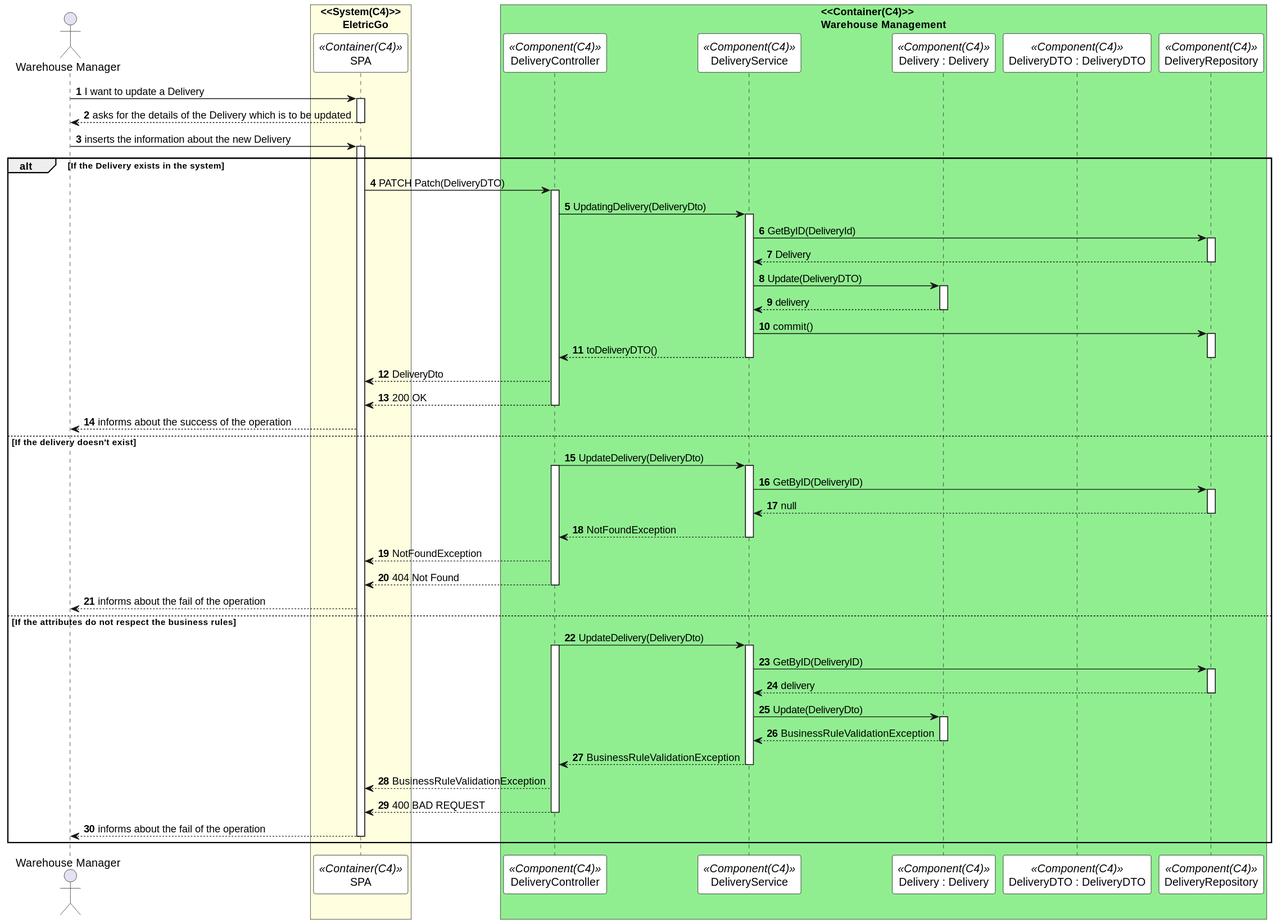
Earlier version of the PlantUML export Documents/Deployment Diagrams/Level 3 - Component/Process View/Delivery/updateDeliverySD.svg (0franciscor/dei_3dj_057). Its diagram source:
```plantuml
@startuml updateDeliverySD
autonumber

skinparam sequence {
ParticipantBorderColor black
ParticipantBackgroundColor white
}

actor "Warehouse Manager" as admin


box "<<System(C4)>>\n       EletricGo" #LightYellow
participant SPA as ui <<Container(C4)>>
box "<<Container(C4)>>\nWarehouse Management" #LightGreen
participant DeliveryController as  CTL <<Component(C4)>>
participant DeliveryService as  SV <<Component(C4)>>
participant "Delivery : Delivery" as  delivery <<Component(C4)>>
participant "DeliveryDTO : DeliveryDTO" as  DTO <<Component(C4)>>
participant DeliveryRepository as  DR <<Component(C4)>>
end box
end box

admin -> ui: I want to update a Delivery
activate ui

ui --> admin: asks for the details of the Delivery which is to be updated
deactivate ui

admin -> ui: inserts the information about the new Delivery

activate ui

alt If the Delivery exists in the system
ui -> CTL: PATCH Patch(DeliveryDTO)
activate CTL
CTL -> SV : UpdatingDelivery(DeliveryDto)
activate SV

SV -> DR: GetByID(DeliveryId)
activate DR
DR --> SV: Delivery
deactivate DR

SV -> delivery : Update(DeliveryDTO)
activate delivery
delivery --> SV : delivery
deactivate delivery

SV -> DR : commit()
activate DR

SV --> CTL : toDeliveryDTO()
deactivate DR
deactivate SV
CTL --> ui : DeliveryDto

CTL --> ui: 200 OK
deactivate CTL

ui --> admin: informs about the success of the operation


else If the delivery doesn't exist


CTL -> SV : UpdateDelivery(DeliveryDto)
activate CTL
activate SV

SV -> DR : GetByID(DeliveryID)
activate DR
DR --> SV : null
deactivate DR


SV --> CTL : NotFoundException
deactivate SV
CTL --> ui : NotFoundException


CTL --> ui: 404 Not Found
deactivate CTL


ui --> admin: informs about the fail of the operation


else If the attributes do not respect the business rules


CTL -> SV : UpdateDelivery(DeliveryDto)
activate CTL
activate SV

SV -> DR : GetByID(DeliveryID)
activate DR
DR --> SV : delivery
deactivate DR

SV -> delivery : Update(DeliveryDto)


activate delivery
delivery --> SV : BusinessRuleValidationException
deactivate delivery

SV --> CTL : BusinessRuleValidationException
deactivate SV
CTL --> ui : BusinessRuleValidationException

CTL --> ui: 400 BAD REQUEST
deactivate CTL
ui --> admin: informs about the fail of the operation

deactivate ui
end
deactivate admin

@enduml
```
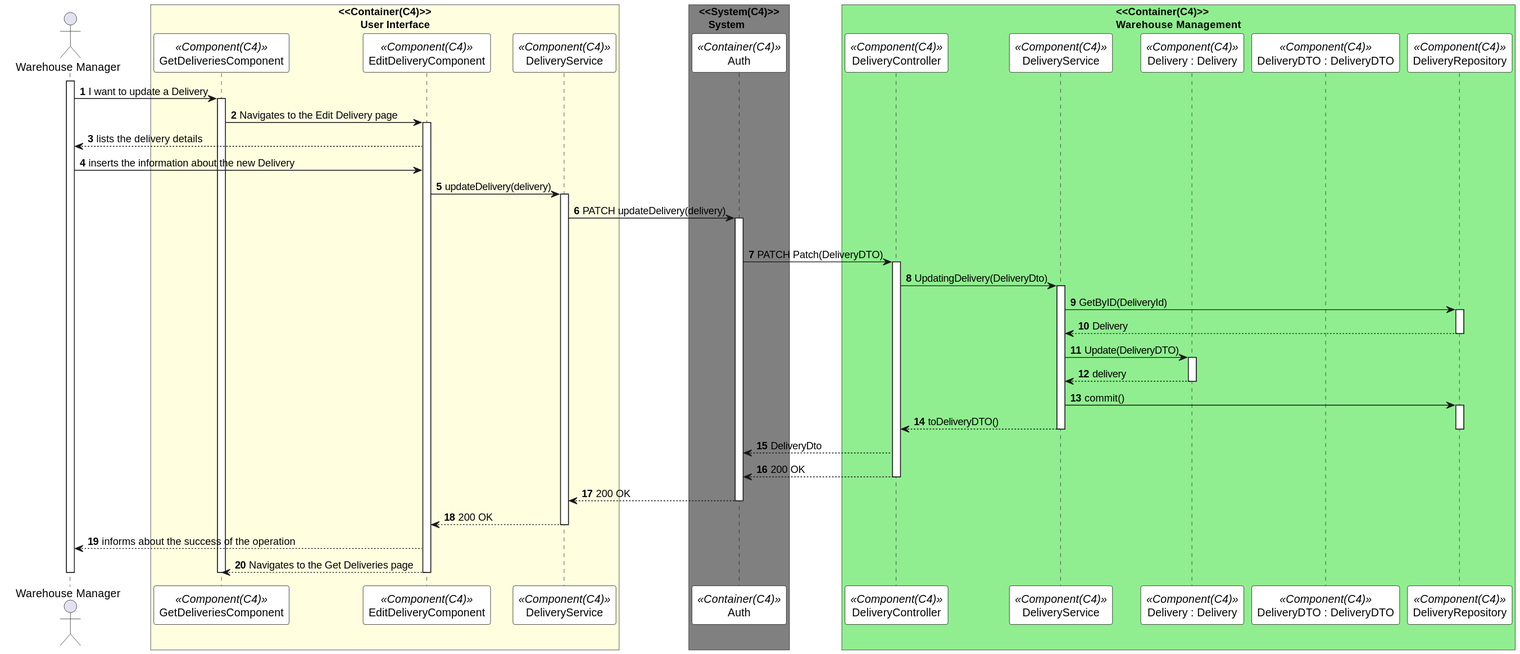
The same diagram one commit later.

Diff of the diagram source:
```diff
@@ -9,8 +9,14 @@
 actor "Warehouse Manager" as admin
 
 
-box "<<System(C4)>>\n       EletricGo" #LightYellow
-participant SPA as ui <<Container(C4)>>
+box "<<Container(C4)>>\n       User Interface" #LightYellow
+participant GetDeliveriesComponent as getDeliveriesComponent <<Component(C4)>>
+participant EditDeliveryComponent as editDeliveryComponent <<Component(C4)>>
+participant DeliveryService as deliveryService <<Component(C4)>>
+end box
+
+box "<<System(C4)>>\n   System" #Grey
+participant Auth as auth <<Container(C4)>>
 box "<<Container(C4)>>\nWarehouse Management" #LightGreen
 participant DeliveryController as  CTL <<Component(C4)>>
 participant DeliveryService as  SV <<Component(C4)>>
@@ -18,20 +24,30 @@
 participant "DeliveryDTO : DeliveryDTO" as  DTO <<Component(C4)>>
 participant DeliveryRepository as  DR <<Component(C4)>>
 end box
-end box
 
-admin -> ui: I want to update a Delivery
-activate ui
+activate admin
 
-ui --> admin: asks for the details of the Delivery which is to be updated
-deactivate ui
+admin -> getDeliveriesComponent: I want to update a Delivery
+activate getDeliveriesComponent
 
-admin -> ui: inserts the information about the new Delivery
+getDeliveriesComponent -> editDeliveryComponent: Navigates to the Edit Delivery page
+activate editDeliveryComponent
 
-activate ui
+editDeliveryComponent --> admin : lists the delivery details
+
+
+admin -> editDeliveryComponent: inserts the information about the new Delivery
+
+
+editDeliveryComponent -> deliveryService: updateDelivery(delivery)
+activate deliveryService
+
+deliveryService -> auth: PATCH updateDelivery(delivery)
+
+activate auth
 
 alt If the Delivery exists in the system
-ui -> CTL: PATCH Patch(DeliveryDTO)
+auth -> CTL: PATCH Patch(DeliveryDTO)
 activate CTL
 CTL -> SV : UpdatingDelivery(DeliveryDto)
 activate SV
@@ -52,68 +68,23 @@
 SV --> CTL : toDeliveryDTO()
 deactivate DR
 deactivate SV
-CTL --> ui : DeliveryDto
+CTL --> auth : DeliveryDto
 
-CTL --> ui: 200 OK
+CTL --> auth: 200 OK
 deactivate CTL
 
-ui --> admin: informs about the success of the operation
+auth --> deliveryService: 200 OK
+deactivate auth
 
+deliveryService --> editDeliveryComponent: 200 OK
+deactivate deliveryService
 
-else If the delivery doesn't exist
+editDeliveryComponent --> admin: informs about the success of the operation
 
+editDeliveryComponent --> getDeliveriesComponent: Navigates to the Get Deliveries page
+deactivate editDeliveryComponent
 
-CTL -> SV : UpdateDelivery(DeliveryDto)
-activate CTL
-activate SV
-
-SV -> DR : GetByID(DeliveryID)
-activate DR
-DR --> SV : null
-deactivate DR
-
-
-SV --> CTL : NotFoundException
-deactivate SV
-CTL --> ui : NotFoundException
-
-
-CTL --> ui: 404 Not Found
-deactivate CTL
-
-
-ui --> admin: informs about the fail of the operation
-
-
-else If the attributes do not respect the business rules
-
-
-CTL -> SV : UpdateDelivery(DeliveryDto)
-activate CTL
-activate SV
-
-SV -> DR : GetByID(DeliveryID)
-activate DR
-DR --> SV : delivery
-deactivate DR
-
-SV -> delivery : Update(DeliveryDto)
-
-
-activate delivery
-delivery --> SV : BusinessRuleValidationException
-deactivate delivery
-
-SV --> CTL : BusinessRuleValidationException
-deactivate SV
-CTL --> ui : BusinessRuleValidationException
-
-CTL --> ui: 400 BAD REQUEST
-deactivate CTL
-ui --> admin: informs about the fail of the operation
-
-deactivate ui
-end
+deactivate getDeliveriesComponent
 deactivate admin
 
 @enduml
```
